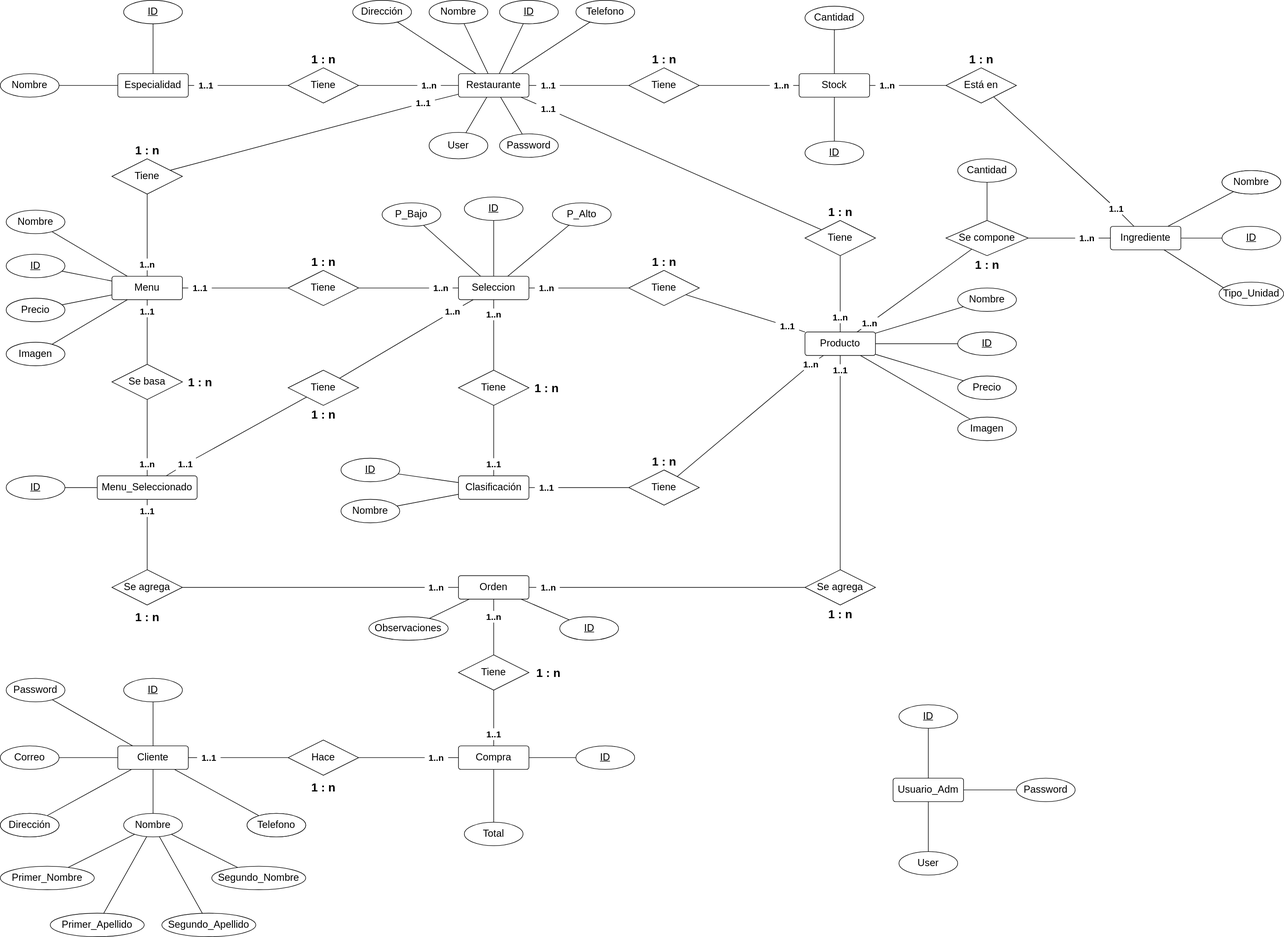
Above: Resources/BD/MER.drawio.svg in INderKev/Rotonda (draw.io), before the change. Source tidied: cells renumbered, new cells last; positions are measured from the earlier drawing's top-left corner, leaving out a move shared by most shapes.
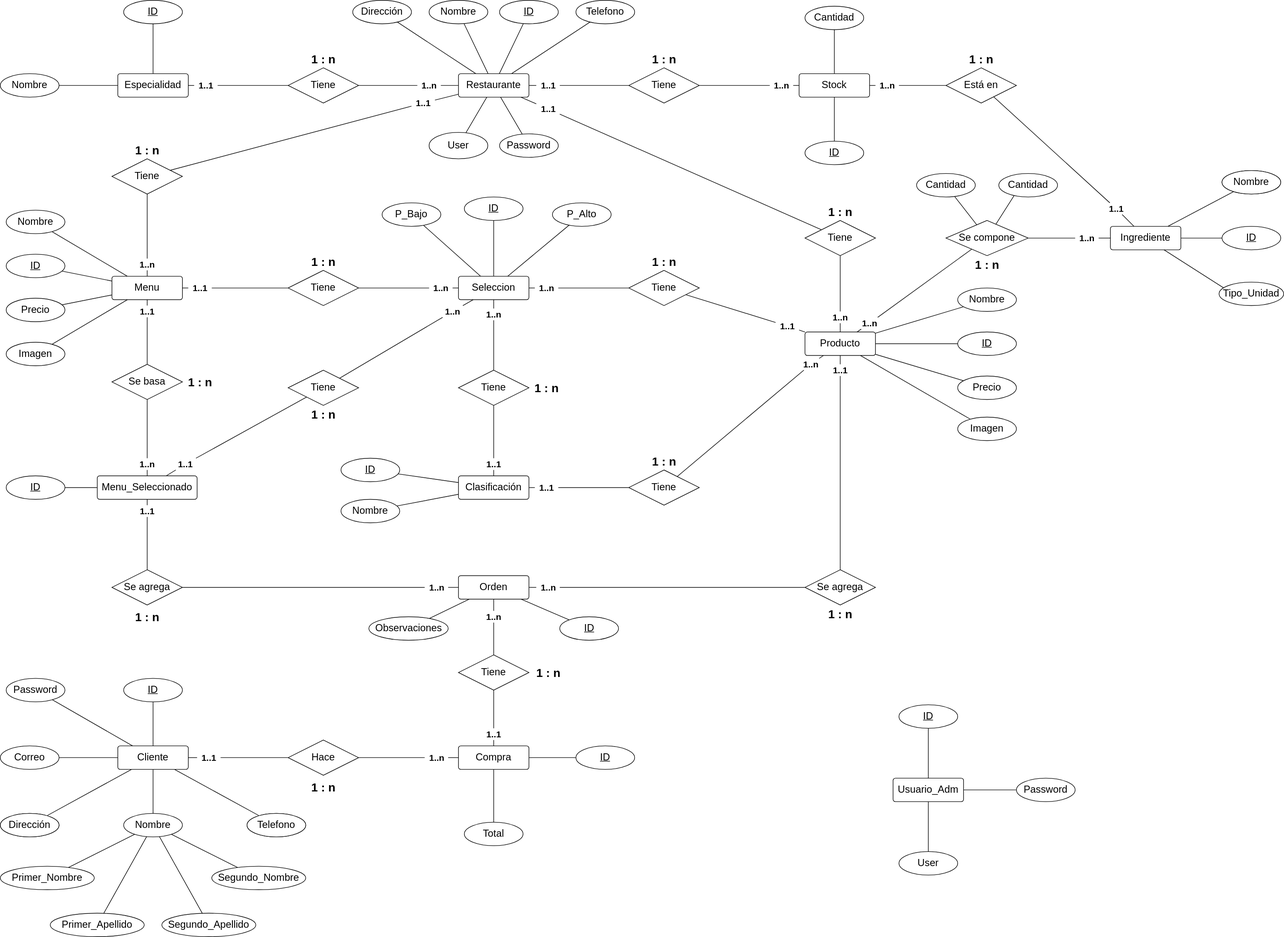
Later version of the same file.

The edit, as a diff of the source:
```diff
@@ -291,7 +291,7 @@
       <mxGeometry x="1370" y="10" width="100" height="40" as="geometry" />
     </mxCell>
     <mxCell id="98" value="Cantidad" style="ellipse;whiteSpace=wrap;html=1;align=center;fontSize=17;" parent="1" vertex="1">
-      <mxGeometry x="1630" y="270" width="100" height="40" as="geometry" />
+      <mxGeometry x="1700" y="295" width="100" height="40" as="geometry" />
     </mxCell>
     <mxCell id="99" value="ID" style="ellipse;whiteSpace=wrap;html=1;align=center;fontStyle=4;fontSize=17;" parent="1" vertex="1">
       <mxGeometry x="2080" y="385" width="100" height="40" as="geometry" />
@@ -704,5 +704,11 @@
     <mxCell id="235" value="Imagen" style="ellipse;whiteSpace=wrap;html=1;align=center;fontSize=17;" parent="1" vertex="1">
       <mxGeometry x="10" y="582.5" width="100" height="40" as="geometry" />
     </mxCell>
+    <mxCell id="236" style="rounded=0;jettySize=auto;html=1;endArrow=none;endFill=0;" parent="1" edge="1" source="237" target="53">
+      <mxGeometry relative="1" as="geometry" />
+    </mxCell>
+    <mxCell id="237" value="Cantidad" style="ellipse;whiteSpace=wrap;html=1;align=center;fontSize=17;" parent="1" vertex="1">
+      <mxGeometry x="1560" y="295" width="100" height="40" as="geometry" />
+    </mxCell>
   </root>
 </mxGraphModel>
```
